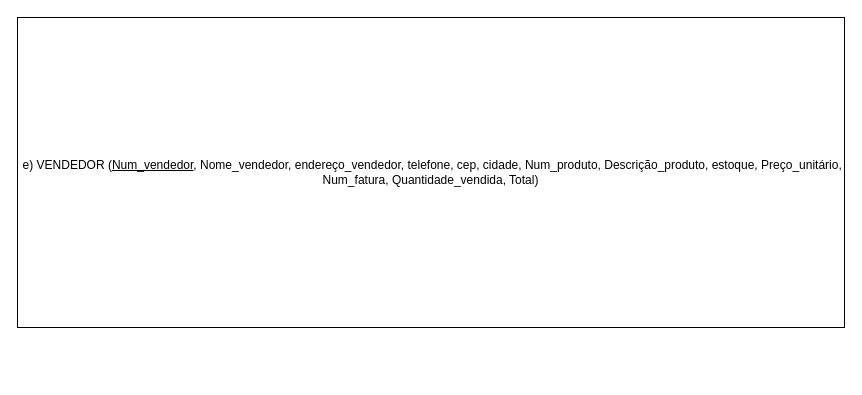
The draw.io diagram page "Ex1e" (5 of 9) of Lista8_06-06/Lista 8.drawio in andreeeeeeeee/Engenharia_Software, before the edit. Source tidied: cells renumbered, new cells numbered last; positions are measured from the earlier drawing's top-left corner, leaving out a move shared by most shapes. Both pictures are drawn from the tidied source at 100%, with x=0, y=0 at pixel (17, 17).
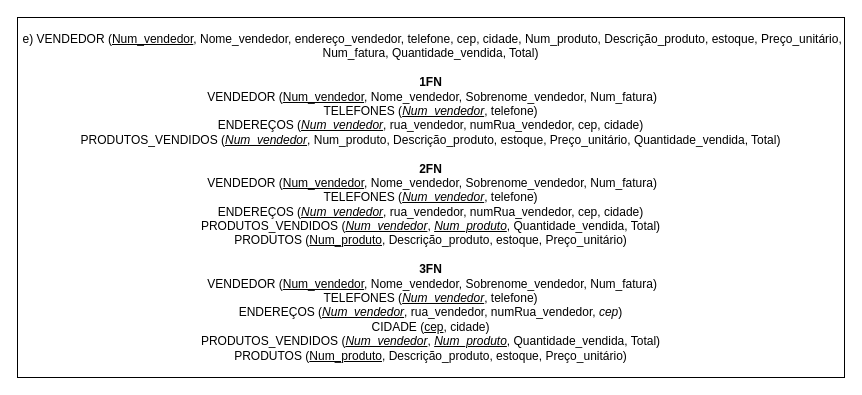
After the change.

Change to the diagram source:
```diff
@@
 <mxGraphModel>
   <root>
     <mxCell id="0" />
     <mxCell id="1" parent="0" />
-    <mxCell id="2" value="&amp;nbsp;e) VENDEDOR (&lt;u&gt;Num_vendedor&lt;/u&gt;, Nome_vendedor, endereço_vendedor, telefone, cep, cidade, Num_produto, Descrição_produto, estoque, Preço_unitário, Num_fatura, Quantidade_vendida, Total)" style="rounded=0;whiteSpace=wrap;html=1;" parent="1" vertex="1">
-      <mxGeometry width="827" height="310" as="geometry" />
+    <mxCell id="2" value="&amp;nbsp;e) VENDEDOR (&lt;u&gt;Num_vendedor&lt;/u&gt;, Nome_vendedor, endereço_vendedor, telefone, cep, cidade, Num_produto, Descrição_produto, estoque, Preço_unitário, Num_fatura, Quantidade_vendida, Total)&lt;br&gt;&lt;br&gt;&lt;b&gt;1FN&lt;br&gt;&lt;/b&gt;&amp;nbsp;VENDEDOR (&lt;u&gt;Num_vendedor&lt;/u&gt;, Nome_vendedor, Sobrenome_vendedor, Num_fatura)&lt;br&gt;TELEFONES (&lt;i style=&quot;text-decoration-line: underline;&quot;&gt;Num_vendedor&lt;/i&gt;, telefone)&lt;br&gt;ENDEREÇOS (&lt;i style=&quot;text-decoration-line: underline;&quot;&gt;Num_vendedor&lt;/i&gt;, rua_vendedor, numRua_vendedor, cep, cidade)&lt;br&gt;PRODUTOS_VENDIDOS (&lt;i style=&quot;text-decoration-line: underline;&quot;&gt;Num_vendedor&lt;/i&gt;, Num_produto, Descrição_produto, estoque, Preço_unitário, Quantidade_vendida, Total)&lt;br&gt;&lt;br&gt;&lt;b&gt;2FN&lt;br&gt;&lt;/b&gt;&amp;nbsp;VENDEDOR (&lt;u&gt;Num_vendedor&lt;/u&gt;, Nome_vendedor, Sobrenome_vendedor, Num_fatura)&lt;br&gt;TELEFONES (&lt;i style=&quot;text-decoration-line: underline;&quot;&gt;Num_vendedor&lt;/i&gt;, telefone)&lt;br&gt;ENDEREÇOS (&lt;i style=&quot;text-decoration-line: underline;&quot;&gt;Num_vendedor&lt;/i&gt;, rua_vendedor, numRua_vendedor, cep, cidade)&lt;br&gt;PRODUTOS_VENDIDOS (&lt;i style=&quot;text-decoration-line: underline;&quot;&gt;Num_vendedor&lt;/i&gt;, &lt;i&gt;&lt;u&gt;Num_produto&lt;/u&gt;&lt;/i&gt;, Quantidade_vendida, Total)&lt;br&gt;PRODUTOS (&lt;u&gt;Num_produto&lt;/u&gt;, Descrição_produto, estoque, Preço_unitário)&lt;br&gt;&lt;b&gt;&lt;br&gt;3FN&lt;br&gt;&lt;/b&gt;&amp;nbsp;VENDEDOR (&lt;u&gt;Num_vendedor&lt;/u&gt;, Nome_vendedor, Sobrenome_vendedor, Num_fatura)&lt;br&gt;TELEFONES (&lt;i style=&quot;text-decoration-line: underline;&quot;&gt;Num_vendedor&lt;/i&gt;, telefone)&lt;br&gt;ENDEREÇOS (&lt;i style=&quot;text-decoration-line: underline;&quot;&gt;Num_vendedor&lt;/i&gt;, rua_vendedor, numRua_vendedor, &lt;i&gt;cep&lt;/i&gt;)&lt;br&gt;CIDADE (&lt;u&gt;cep&lt;/u&gt;, cidade)&lt;br&gt;PRODUTOS_VENDIDOS (&lt;i style=&quot;text-decoration-line: underline;&quot;&gt;Num_vendedor&lt;/i&gt;,&amp;nbsp;&lt;i&gt;&lt;u&gt;Num_produto&lt;/u&gt;&lt;/i&gt;, Quantidade_vendida, Total)&lt;br&gt;PRODUTOS (&lt;u&gt;Num_produto&lt;/u&gt;, Descrição_produto, estoque, Preço_unitário)" style="rounded=0;whiteSpace=wrap;html=1;" parent="1" vertex="1">
+      <mxGeometry width="827" height="360" as="geometry" />
     </mxCell>
   </root>
 </mxGraphModel>
```
